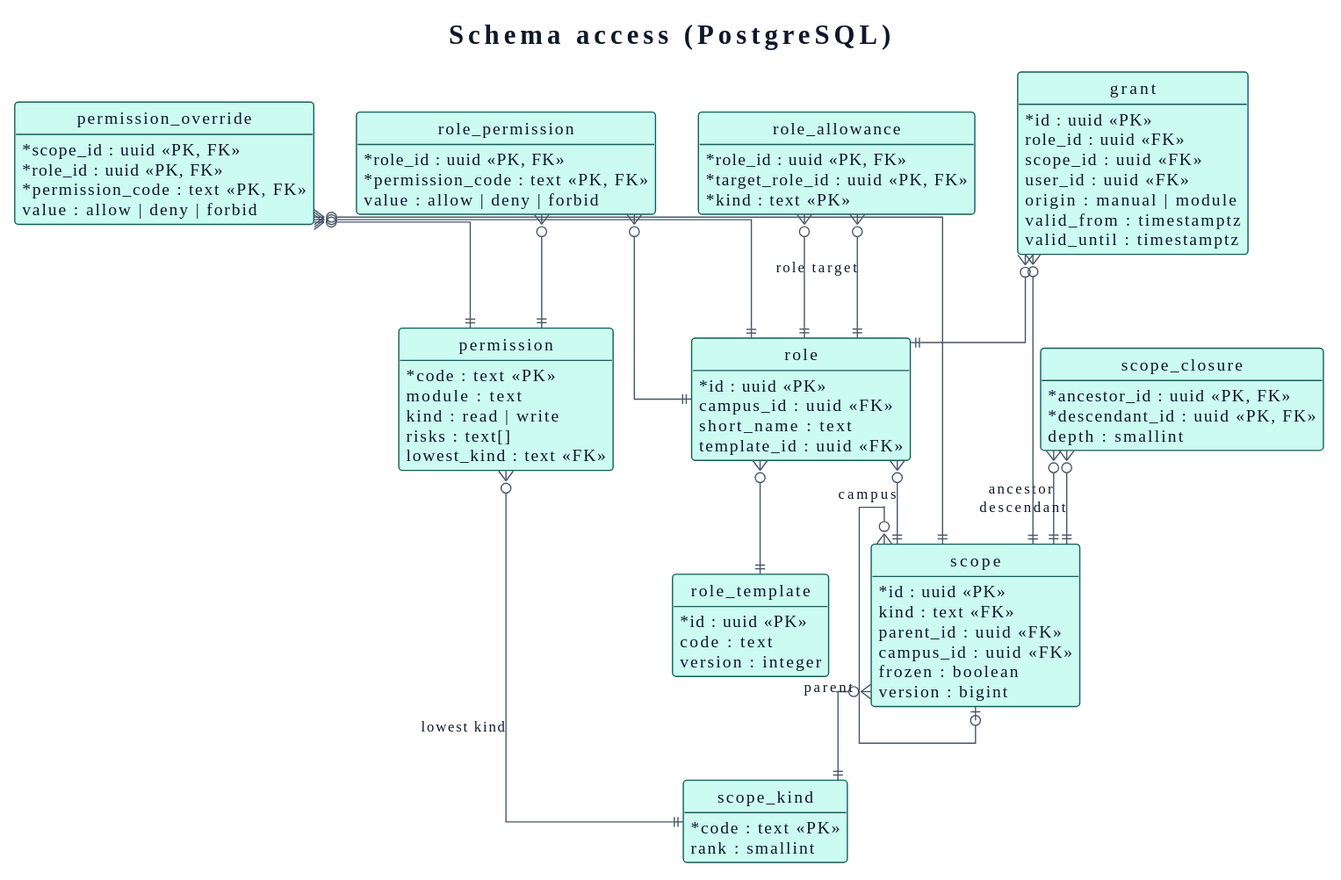
Earlier version of the PlantUML export docs/03-design/data-model/access.svg (didactika/kampus). Its diagram source:
```plantuml
@startuml
!theme plain
skinparam backgroundColor #FFFFFF
skinparam defaultFontName Verdana
skinparam defaultFontSize 14
skinparam defaultFontColor #0F172A
skinparam shadowing false
skinparam packageStyle rectangle
skinparam ArrowFontSize 12
skinparam ClassAttributeIconSize 0
skinparam roundCorner 6
skinparam ArrowColor #475569
skinparam ArrowFontColor #0F172A
skinparam NoteBackgroundColor #ECFEFF
skinparam NoteBorderColor #115E59
skinparam NoteFontColor #0F172A
skinparam class {
  BackgroundColor #CCFBF1
  BorderColor #115E59
  FontColor #0F172A
}
skinparam entity {
  BackgroundColor #CCFBF1
  BorderColor #115E59
  FontColor #0F172A
}
skinparam participant {
  BackgroundColor #CCFBF1
  BorderColor #115E59
  FontColor #0F172A
}
skinparam actor {
  BackgroundColor #CCFBF1
  BorderColor #115E59
  FontColor #0F172A
}
skinparam database {
  BackgroundColor #CCFBF1
  BorderColor #115E59
  FontColor #0F172A
}
skinparam component {
  BackgroundColor #CCFBF1
  BorderColor #115E59
  FontColor #0F172A
}
skinparam node {
  BackgroundColor #CCFBF1
  BorderColor #115E59
  FontColor #0F172A
}
skinparam usecase {
  BackgroundColor #CCFBF1
  BorderColor #115E59
  FontColor #0F172A
}
skinparam interface {
  BackgroundColor #CCFBF1
  BorderColor #115E59
  FontColor #0F172A
}
skinparam state {
  BackgroundColor #CCFBF1
  BorderColor #115E59
  FontColor #0F172A
  StartColor #475569
  EndColor #475569
  ArrowColor #475569
}
skinparam package {
  BackgroundColor #F0FDFA
  BorderColor #115E59
  FontColor #0F172A
}
skinparam sequence {
  LifeLineBorderColor #475569
  LifeLineBackgroundColor #CCFBF1
  ArrowColor #475569
  GroupBorderColor #115E59
  GroupBackgroundColor #F0FDFA
}
skinparam package<<level1>> {
  BackgroundColor #DBEAFE
  BorderColor #115E59
  FontColor #0F172A
}
skinparam package<<level2>> {
  BackgroundColor #E0F2FE
  BorderColor #115E59
  FontColor #0F172A
}
skinparam package<<level3>> {
  BackgroundColor #F1F5F9
  BorderColor #115E59
  FontColor #0F172A
}
skinparam package<<level4>> {
  BackgroundColor #F8FAFC
  BorderColor #115E59
  FontColor #0F172A
}
hide <<level1>> stereotype
hide <<level2>> stereotype
hide <<level3>> stereotype
hide <<level4>> stereotype
hide empty members
hide circle
skinparam linetype ortho
title Schema access (PostgreSQL)

entity scope_kind {
  * code : text <<PK>>
  rank : smallint
}
entity scope {
  * id : uuid <<PK>>
  kind : text <<FK>>
  parent_id : uuid <<FK>>
  campus_id : uuid <<FK>>
  frozen : boolean
  version : bigint
}
entity scope_closure {
  * ancestor_id : uuid <<PK, FK>>
  * descendant_id : uuid <<PK, FK>>
  depth : smallint
}
entity permission {
  * code : text <<PK>>
  module : text
  kind : read | write
  risks : text[]
  lowest_kind : text <<FK>>
}
entity role_template {
  * id : uuid <<PK>>
  code : text
  version : integer
}
entity role {
  * id : uuid <<PK>>
  campus_id : uuid <<FK>>
  short_name : text
  template_id : uuid <<FK>>
}
entity role_permission {
  * role_id : uuid <<PK, FK>>
  * permission_code : text <<PK, FK>>
  value : allow | deny | forbid
}
entity permission_override {
  * scope_id : uuid <<PK, FK>>
  * role_id : uuid <<PK, FK>>
  * permission_code : text <<PK, FK>>
  value : allow | deny | forbid
}
entity role_allowance {
  * role_id : uuid <<PK, FK>>
  * target_role_id : uuid <<PK, FK>>
  * kind : text <<PK>>
}
entity grant {
  * id : uuid <<PK>>
  role_id : uuid <<FK>>
  scope_id : uuid <<FK>>
  user_id : uuid <<FK>>
  origin : manual | module
  valid_from : timestamptz
  valid_until : timestamptz
}

scope }o--|| scope_kind
scope }o--o| scope : parent
scope_closure }o--|| scope : ancestor
scope_closure }o--|| scope : descendant
permission }o--|| scope_kind : lowest kind
role }o--|| scope : campus
role }o--|| role_template
role_permission }o--|| role
role_permission }o--|| permission
permission_override }o--|| scope
permission_override }o--|| role
permission_override }o--|| permission
role_allowance }o--|| role : role
role_allowance }o--|| role : target
grant }o--|| role
grant }o--|| scope
@enduml
```
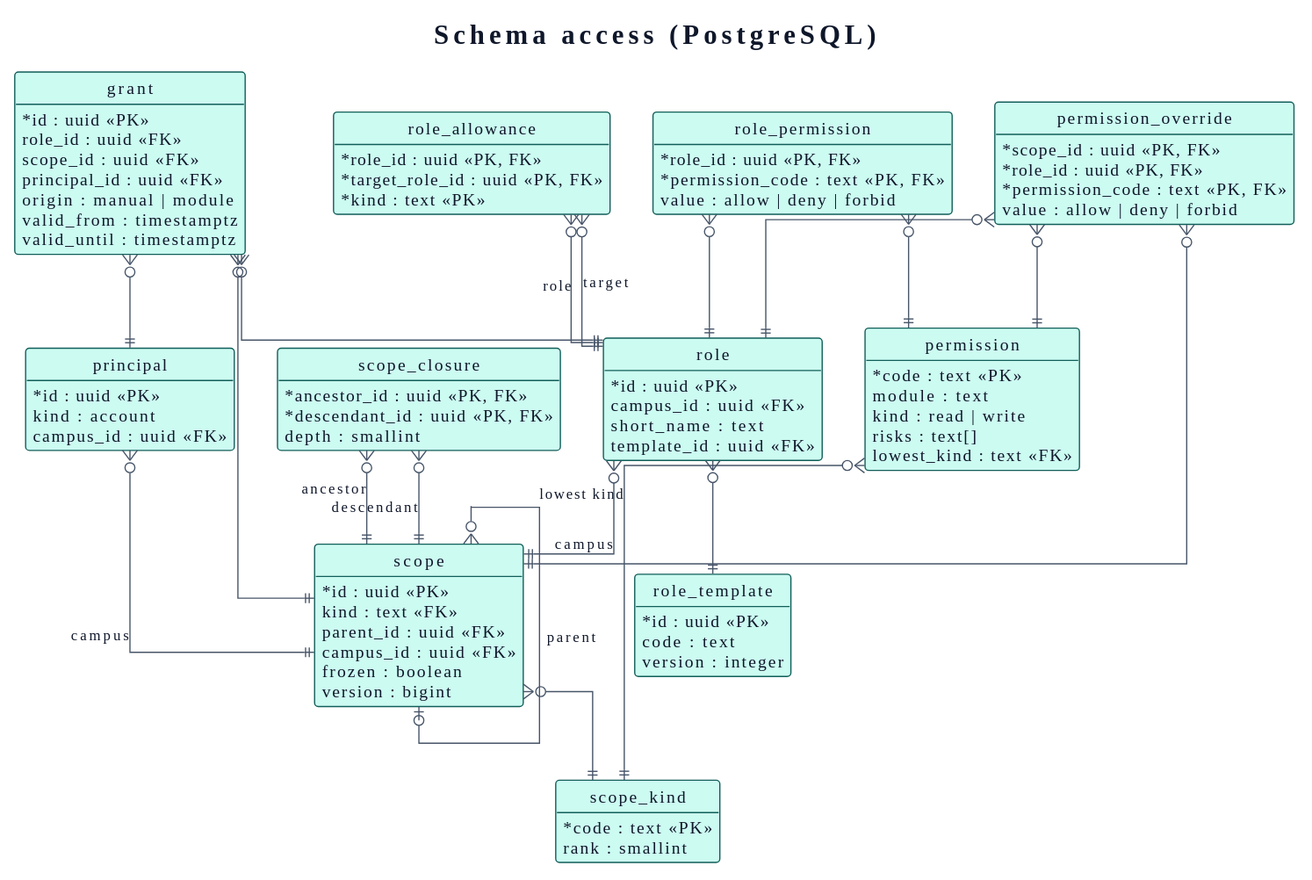
Above is the later version.

Change to the diagram source:
```diff
@@ -159,17 +159,24 @@
   * target_role_id : uuid <<PK, FK>>
   * kind : text <<PK>>
 }
+entity principal {
+  * id : uuid <<PK>>
+  kind : account
+  campus_id : uuid <<FK>>
+}
 entity grant {
   * id : uuid <<PK>>
   role_id : uuid <<FK>>
   scope_id : uuid <<FK>>
-  user_id : uuid <<FK>>
+  principal_id : uuid <<FK>>
   origin : manual | module
   valid_from : timestamptz
   valid_until : timestamptz
 }
 
 scope }o--|| scope_kind
+principal }o--|| scope : campus
+grant }o--|| principal
 scope }o--o| scope : parent
 scope_closure }o--|| scope : ancestor
 scope_closure }o--|| scope : descendant
```
